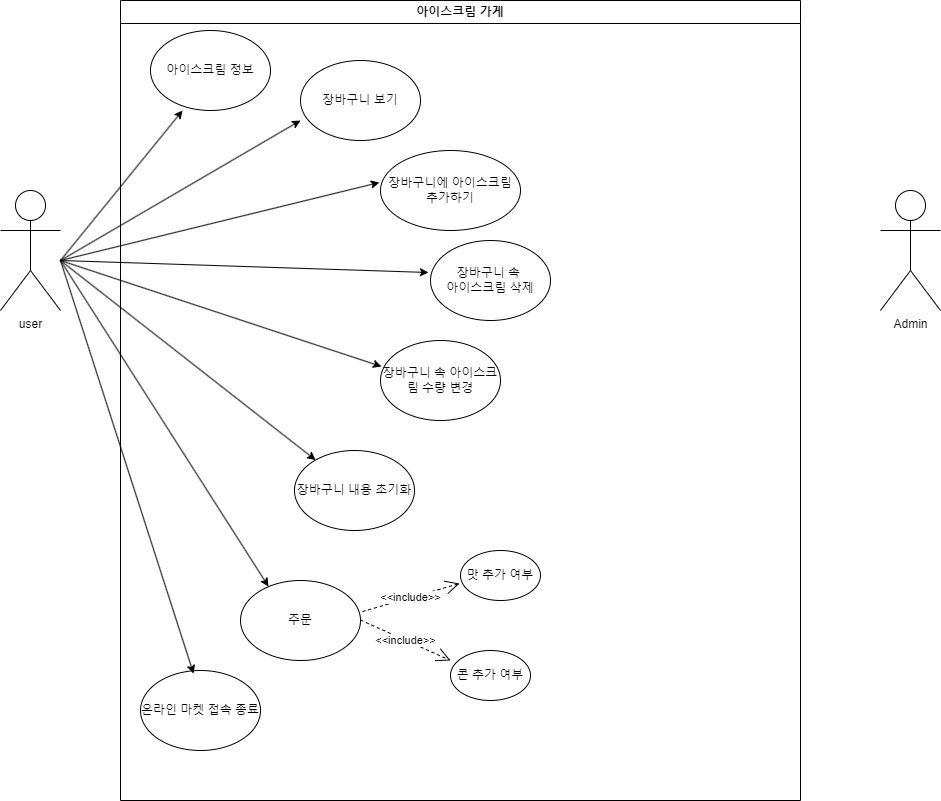
The draw.io diagram mini_project_use-case.png in junHyeokP/Algorithm, before a commit. Source tidied: cells renumbered, new cells last; positions are measured from the earlier drawing's top-left corner, leaving out a move shared by most shapes.
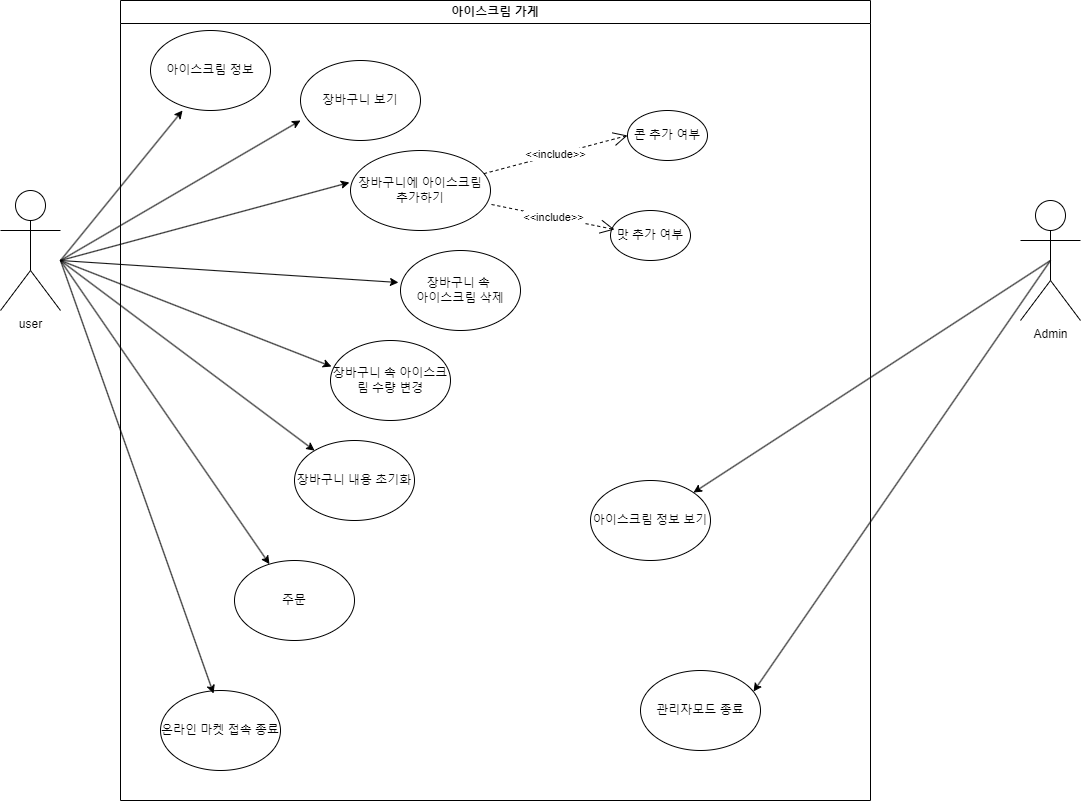
Above is the later version.

Diff of the diagram source:
```diff
@@ -6,59 +6,58 @@
       <mxGeometry y="190" width="60" height="120" as="geometry" />
     </mxCell>
     <mxCell id="3" value="Admin" style="shape=umlActor;verticalLabelPosition=bottom;verticalAlign=top;html=1;outlineConnect=0;" parent="1" vertex="1">
-      <mxGeometry x="880" y="190" width="60" height="120" as="geometry" />
+      <mxGeometry x="1020" y="200" width="60" height="120" as="geometry" />
     </mxCell>
     <mxCell id="4" value="아이스크림 가게" style="swimlane;whiteSpace=wrap;html=1;" parent="1" vertex="1">
-      <mxGeometry x="120" width="680" height="800" as="geometry" />
+      <mxGeometry x="120" width="750" height="800" as="geometry" />
     </mxCell>
     <mxCell id="5" value="장바구니 속&amp;nbsp;&lt;div&gt;아이스크림 삭제&lt;/div&gt;" style="ellipse;whiteSpace=wrap;html=1;" parent="4" vertex="1">
-      <mxGeometry x="310" y="240" width="120" height="80" as="geometry" />
+      <mxGeometry x="280" y="250" width="120" height="80" as="geometry" />
     </mxCell>
     <mxCell id="6" value="장바구니에 아이스크림 추가하기" style="ellipse;whiteSpace=wrap;html=1;" parent="4" vertex="1">
-      <mxGeometry x="260" y="150" width="140" height="80" as="geometry" />
+      <mxGeometry x="230" y="150" width="140" height="80" as="geometry" />
     </mxCell>
     <mxCell id="7" value="장바구니 보기" style="ellipse;whiteSpace=wrap;html=1;" parent="4" vertex="1">
       <mxGeometry x="180" y="60" width="120" height="80" as="geometry" />
     </mxCell>
     <mxCell id="8" value="콘 추가 여부" style="ellipse;whiteSpace=wrap;html=1;direction=east;" parent="4" vertex="1">
-      <mxGeometry x="330" y="650" width="80" height="50" as="geometry" />
+      <mxGeometry x="507" y="110" width="80" height="50" as="geometry" />
     </mxCell>
     <mxCell id="9" value="맛 추가 여부" style="ellipse;whiteSpace=wrap;html=1;" parent="4" vertex="1">
-      <mxGeometry x="340" y="550" width="80" height="50" as="geometry" />
+      <mxGeometry x="490" y="210" width="80" height="50" as="geometry" />
     </mxCell>
     <mxCell id="10" value="장바구니 내용 초기화" style="ellipse;whiteSpace=wrap;html=1;" parent="4" vertex="1">
-      <mxGeometry x="174" y="450" width="120" height="80" as="geometry" />
+      <mxGeometry x="174" y="440" width="120" height="80" as="geometry" />
     </mxCell>
-    <mxCell id="11" style="endArrow=classic;html=1;rounded=0;entryX=0.233;entryY=0.075;entryDx=0;entryDy=0;entryPerimeter=0;" parent="4" edge="1" target="12">
-      <mxGeometry relative="1" as="geometry">
-        <mxPoint x="-60" y="260" as="sourcePoint" />
-      </mxGeometry>
-    </mxCell>
-    <mxCell id="12" value="주문" style="ellipse;whiteSpace=wrap;html=1;" parent="4" vertex="1">
-      <mxGeometry x="120" y="580" width="120" height="80" as="geometry" />
-    </mxCell>
     <mxCell id="13" value="아이스크림 정보" style="ellipse;whiteSpace=wrap;html=1;" parent="4" vertex="1">
       <mxGeometry x="30" y="30" width="120" height="80" as="geometry" />
     </mxCell>
     <mxCell id="14" value="장바구니 속 아이스크림 수량 변경" style="ellipse;whiteSpace=wrap;html=1;" parent="4" vertex="1">
-      <mxGeometry x="260" y="340" width="120" height="80" as="geometry" />
+      <mxGeometry x="210" y="340" width="120" height="80" as="geometry" />
     </mxCell>
-    <mxCell id="15" value="&amp;lt;&amp;lt;include&amp;gt;&amp;gt;" style="endArrow=open;endSize=12;dashed=1;html=1;rounded=0;entryX=0;entryY=0.2;entryDx=0;entryDy=0;entryPerimeter=0;" parent="4" edge="1" target="8">
-      <mxGeometry relative="1" as="geometry">
-        <mxPoint x="240" y="619.5" as="sourcePoint" />
-      </mxGeometry>
+    <mxCell id="15" value="&amp;lt;&amp;lt;include&amp;gt;&amp;gt;" style="endArrow=open;endSize=12;dashed=1;html=1;rounded=0;entryX=0;entryY=0.5;entryDx=0;entryDy=0;" parent="4" edge="1" source="6" target="8">
+      <mxGeometry relative="1" as="geometry" />
     </mxCell>
-    <mxCell id="16" value="&amp;lt;&amp;lt;include&amp;gt;&amp;gt;" style="endArrow=open;endSize=12;dashed=1;html=1;rounded=0;entryX=-0.012;entryY=0.66;entryDx=0;entryDy=0;entryPerimeter=0;exitX=1.017;exitY=0.388;exitDx=0;exitDy=0;exitPerimeter=0;" parent="4" edge="1" source="12" target="9">
+    <mxCell id="16" value="&amp;lt;&amp;lt;include&amp;gt;&amp;gt;" style="endArrow=open;endSize=12;dashed=1;html=1;rounded=0;entryX=0.05;entryY=0.38;entryDx=0;entryDy=0;entryPerimeter=0;exitX=1.007;exitY=0.675;exitDx=0;exitDy=0;exitPerimeter=0;" parent="4" edge="1" source="6" target="9">
       <mxGeometry relative="1" as="geometry" />
     </mxCell>
     <mxCell id="17" value="온라인 마켓 접속 종료" style="ellipse;whiteSpace=wrap;html=1;" parent="4" vertex="1">
-      <mxGeometry x="20" y="670" width="120" height="80" as="geometry" />
+      <mxGeometry x="40" y="690" width="120" height="80" as="geometry" />
     </mxCell>
     <mxCell id="18" style="endArrow=classic;html=1;rounded=0;entryX=0.442;entryY=0.038;entryDx=0;entryDy=0;entryPerimeter=0;" parent="4" edge="1" target="17">
       <mxGeometry relative="1" as="geometry">
         <mxPoint x="-60" y="260" as="sourcePoint" />
       </mxGeometry>
     </mxCell>
+    <mxCell id="25" value="관리자모드 종료" style="ellipse;whiteSpace=wrap;html=1;direction=east;" parent="4" vertex="1">
+      <mxGeometry x="520" y="670" width="120" height="80" as="geometry" />
+    </mxCell>
+    <mxCell id="26" value="아이스크림 정보 보기" style="ellipse;whiteSpace=wrap;html=1;" parent="4" vertex="1">
+      <mxGeometry x="470" y="480" width="120" height="80" as="geometry" />
+    </mxCell>
+    <mxCell id="12" value="주문" style="ellipse;whiteSpace=wrap;html=1;" parent="4" vertex="1">
+      <mxGeometry x="114" y="560" width="120" height="80" as="geometry" />
+    </mxCell>
     <mxCell id="19" style="endArrow=classic;html=1;rounded=0;entryX=0;entryY=0.75;entryDx=0;entryDy=0;entryPerimeter=0;" parent="1" edge="1" target="7">
       <mxGeometry relative="1" as="geometry">
         <mxPoint x="60" y="260" as="sourcePoint" />
@@ -89,5 +88,16 @@
         <mxPoint x="60" y="260" as="sourcePoint" />
       </mxGeometry>
     </mxCell>
+    <mxCell id="27" style="endArrow=classic;html=1;rounded=0;exitX=0.5;exitY=0.5;exitDx=0;exitDy=0;exitPerimeter=0;entryX=0.942;entryY=0.263;entryDx=0;entryDy=0;entryPerimeter=0;" parent="1" edge="1" source="3" target="25">
+      <mxGeometry relative="1" as="geometry" />
+    </mxCell>
+    <mxCell id="28" style="endArrow=classic;html=1;rounded=0;exitX=0.5;exitY=0.5;exitDx=0;exitDy=0;exitPerimeter=0;" parent="1" edge="1" source="3" target="26">
+      <mxGeometry relative="1" as="geometry" />
+    </mxCell>
+    <mxCell id="29" style="endArrow=classic;html=1;rounded=0;" parent="1" edge="1" target="12">
+      <mxGeometry relative="1" as="geometry">
+        <mxPoint x="60" y="260" as="sourcePoint" />
+      </mxGeometry>
+    </mxCell>
   </root>
 </mxGraphModel>
```
